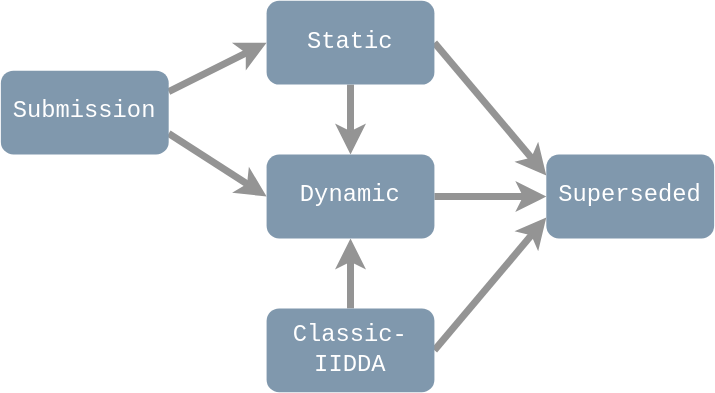
Before: lifecycle.svg, a diagram exported from draw.io (canmod/iidda). Source tidied: cells renumbered, new cells last; positions are measured from the earlier drawing's top-left corner, leaving out a move shared by most shapes.
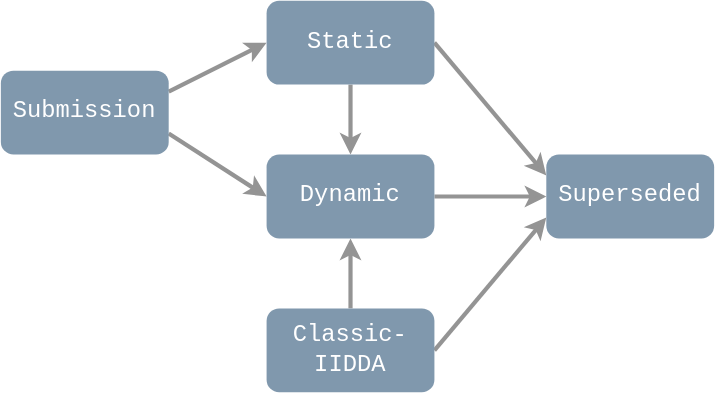
Later version of the same file.

Commit message:
lifecycle diagram format

What changed in the source:
```diff
@@ -2,28 +2,28 @@
   <root>
     <mxCell id="0" />
     <mxCell id="1" parent="0" />
-    <mxCell id="2" style="edgeStyle=none;rounded=0;jettySize=50;html=1;exitX=1;exitY=0.75;exitDx=0;exitDy=0;entryX=0;entryY=0.5;entryDx=0;entryDy=0;strokeColor=#949494;strokeWidth=5;" parent="1" edge="1" source="4" target="13">
+    <mxCell id="2" style="edgeStyle=none;rounded=0;jettySize=50;html=1;exitX=1;exitY=0.75;exitDx=0;exitDy=0;entryX=0;entryY=0.5;entryDx=0;entryDy=0;strokeColor=#949494;strokeWidth=3;" parent="1" edge="1" source="4" target="13">
       <mxGeometry relative="1" as="geometry" />
     </mxCell>
-    <mxCell id="3" style="edgeStyle=none;rounded=0;jettySize=50;html=1;exitX=1;exitY=0.25;exitDx=0;exitDy=0;entryX=0;entryY=0.5;entryDx=0;entryDy=0;strokeColor=#949494;strokeWidth=5;" parent="1" edge="1" source="4" target="10">
+    <mxCell id="3" style="edgeStyle=none;rounded=0;jettySize=50;html=1;exitX=1;exitY=0.25;exitDx=0;exitDy=0;entryX=0;entryY=0.5;entryDx=0;entryDy=0;strokeColor=#949494;strokeWidth=3;" parent="1" edge="1" source="4" target="10">
       <mxGeometry relative="1" as="geometry" />
     </mxCell>
     <mxCell id="4" value="Submission" style="rounded=1;whiteSpace=wrap;html=1;fontColor=#ffffff;fontSize=17;fillColor=#8098AD;fontFamily=Courier New;strokeColor=none;" parent="1" vertex="1">
       <mxGeometry y="50" width="120" height="60" as="geometry" />
     </mxCell>
-    <mxCell id="5" style="edgeStyle=none;rounded=0;jettySize=50;html=1;exitX=0.5;exitY=0;exitDx=0;exitDy=0;entryX=0.5;entryY=1;entryDx=0;entryDy=0;strokeColor=#949494;strokeWidth=5;" parent="1" edge="1" source="7" target="13">
+    <mxCell id="5" style="edgeStyle=none;rounded=0;jettySize=50;html=1;exitX=0.5;exitY=0;exitDx=0;exitDy=0;entryX=0.5;entryY=1;entryDx=0;entryDy=0;strokeColor=#949494;strokeWidth=3;" parent="1" edge="1" source="7" target="13">
       <mxGeometry relative="1" as="geometry" />
     </mxCell>
-    <mxCell id="6" style="edgeStyle=none;rounded=0;jettySize=50;html=1;exitX=1;exitY=0.5;exitDx=0;exitDy=0;entryX=0;entryY=0.75;entryDx=0;entryDy=0;strokeColor=#949494;strokeWidth=5;" parent="1" edge="1" source="7" target="11">
+    <mxCell id="6" style="edgeStyle=none;rounded=0;jettySize=50;html=1;exitX=1;exitY=0.5;exitDx=0;exitDy=0;entryX=0;entryY=0.75;entryDx=0;entryDy=0;strokeColor=#949494;strokeWidth=3;" parent="1" edge="1" source="7" target="11">
       <mxGeometry relative="1" as="geometry" />
     </mxCell>
     <mxCell id="7" value="Classic-IIDDA" style="rounded=1;whiteSpace=wrap;html=1;fontColor=#ffffff;fontSize=17;fillColor=#8098AD;fontFamily=Courier New;strokeColor=none;" parent="1" vertex="1">
       <mxGeometry x="190" y="220" width="120" height="60" as="geometry" />
     </mxCell>
-    <mxCell id="8" style="edgeStyle=none;rounded=0;jettySize=50;html=1;exitX=1;exitY=0.5;exitDx=0;exitDy=0;entryX=0;entryY=0.25;entryDx=0;entryDy=0;strokeColor=#949494;strokeWidth=5;" parent="1" edge="1" source="10" target="11">
+    <mxCell id="8" style="edgeStyle=none;rounded=0;jettySize=50;html=1;exitX=1;exitY=0.5;exitDx=0;exitDy=0;entryX=0;entryY=0.25;entryDx=0;entryDy=0;strokeColor=#949494;strokeWidth=3;" parent="1" edge="1" source="10" target="11">
       <mxGeometry relative="1" as="geometry" />
     </mxCell>
-    <mxCell id="9" style="edgeStyle=none;rounded=0;jettySize=50;html=1;exitX=0.5;exitY=1;exitDx=0;exitDy=0;entryX=0.5;entryY=0;entryDx=0;entryDy=0;strokeColor=#949494;strokeWidth=5;" parent="1" edge="1" source="10" target="13">
+    <mxCell id="9" style="edgeStyle=none;rounded=0;jettySize=50;html=1;exitX=0.5;exitY=1;exitDx=0;exitDy=0;entryX=0.5;entryY=0;entryDx=0;entryDy=0;strokeColor=#949494;strokeWidth=3;" parent="1" edge="1" source="10" target="13">
       <mxGeometry relative="1" as="geometry" />
     </mxCell>
     <mxCell id="10" value="Static" style="rounded=1;whiteSpace=wrap;html=1;fontColor=#ffffff;fontSize=17;fillColor=#8098AD;fontFamily=Courier New;strokeColor=none;" parent="1" vertex="1">
@@ -32,7 +32,7 @@
     <mxCell id="11" value="Superseded" style="rounded=1;whiteSpace=wrap;html=1;fontColor=#ffffff;fontSize=17;fillColor=#8098AD;fontFamily=Courier New;strokeColor=none;" parent="1" vertex="1">
       <mxGeometry x="390" y="110" width="120" height="60" as="geometry" />
     </mxCell>
-    <mxCell id="12" style="edgeStyle=none;rounded=0;jettySize=50;html=1;exitX=1;exitY=0.5;exitDx=0;exitDy=0;entryX=0;entryY=0.5;entryDx=0;entryDy=0;strokeColor=#949494;strokeWidth=5;" parent="1" edge="1" source="13" target="11">
+    <mxCell id="12" style="edgeStyle=none;rounded=0;jettySize=50;html=1;exitX=1;exitY=0.5;exitDx=0;exitDy=0;entryX=0;entryY=0.5;entryDx=0;entryDy=0;strokeColor=#949494;strokeWidth=3;" parent="1" edge="1" source="13" target="11">
       <mxGeometry relative="1" as="geometry" />
     </mxCell>
     <mxCell id="13" value="Dynamic" style="rounded=1;whiteSpace=wrap;html=1;fontColor=#ffffff;fontSize=17;fillColor=#8098AD;fontFamily=Courier New;strokeColor=none;" parent="1" vertex="1">
```
